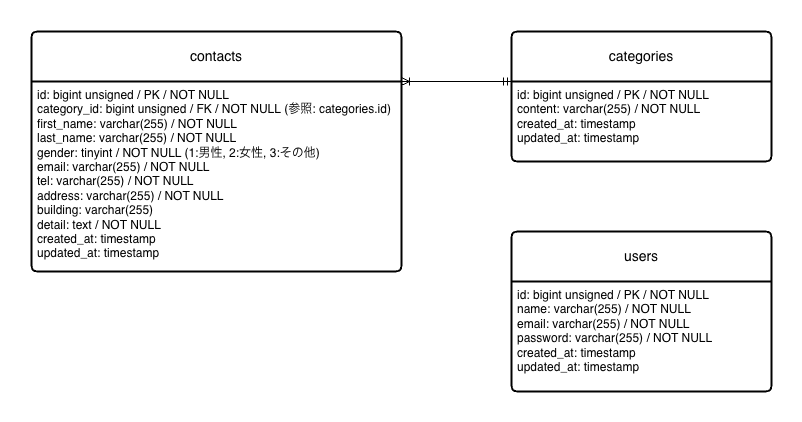
Earlier version of the draw.io export docs/確認テストER図.png (YUKKE1009/contact-form). Source tidied: cells renumbered, new cells last; positions are measured from the earlier drawing's top-left corner, leaving out a move shared by most shapes. Source of this version:
```xml
<mxGraphModel>
  <root>
    <mxCell id="0" />
    <mxCell id="1" parent="0" />
    <mxCell id="2" value="categories" style="swimlane;horizontal=1;startSize=50;rounded=1;fontSize=14;fontStyle=0;strokeWidth=2;shadow=0;dashed=0;align=center;arcSize=4;whiteSpace=wrap;html=1;" parent="1" vertex="1">
      <mxGeometry x="480" width="260" height="130" as="geometry" />
    </mxCell>
    <mxCell id="3" value="&lt;div&gt;id: bigint unsigned / PK / NOT NULL&lt;/div&gt;&lt;div&gt;content: varchar(255) / NOT NULL&lt;/div&gt;&lt;div&gt;created_at: timestamp&lt;/div&gt;&lt;div&gt;updated_at: timestamp&lt;/div&gt;" style="align=left;strokeColor=none;fillColor=none;spacingLeft=4;spacingRight=4;fontSize=12;verticalAlign=top;html=1;whiteSpace=wrap;" parent="2" vertex="1">
      <mxGeometry y="50" width="260" height="80" as="geometry" />
    </mxCell>
    <mxCell id="4" value="&lt;div&gt;users&lt;/div&gt;" style="swimlane;horizontal=1;startSize=50;rounded=1;fontSize=14;fontStyle=0;strokeWidth=2;shadow=0;dashed=0;align=center;arcSize=4;whiteSpace=wrap;html=1;" parent="1" vertex="1">
      <mxGeometry x="480" y="200" width="260" height="160" as="geometry" />
    </mxCell>
    <mxCell id="5" value="&lt;div&gt;&lt;div&gt;id: bigint unsigned / PK / NOT NULL&lt;/div&gt;&lt;div&gt;name: varchar(255) / NOT NULL&lt;/div&gt;&lt;div&gt;email: varchar(255) / NOT NULL&lt;/div&gt;&lt;div&gt;password: varchar(255) / NOT NULL&lt;/div&gt;&lt;div&gt;created_at: timestamp&lt;/div&gt;&lt;div&gt;updated_at: timestamp&lt;/div&gt;&lt;/div&gt;" style="align=left;strokeColor=none;fillColor=none;spacingLeft=4;spacingRight=4;fontSize=12;verticalAlign=top;html=1;whiteSpace=wrap;" parent="4" vertex="1">
      <mxGeometry y="50" width="260" height="110" as="geometry" />
    </mxCell>
    <mxCell id="6" value="contacts" style="swimlane;horizontal=1;startSize=50;rounded=1;fontSize=14;fontStyle=0;strokeWidth=2;shadow=0;dashed=0;align=center;arcSize=4;whiteSpace=wrap;html=1;" parent="1" vertex="1">
      <mxGeometry width="370" height="240" as="geometry" />
    </mxCell>
    <mxCell id="7" value="&lt;div&gt;id: bigint unsigned / PK / NOT NULL&lt;/div&gt;&lt;div&gt;category_id: bigint unsigned / FK / NOT NULL&amp;nbsp;&lt;span style=&quot;background-color: transparent; color: light-dark(rgb(0, 0, 0), rgb(255, 255, 255));&quot;&gt;(参照: categories.id)&lt;/span&gt;&lt;/div&gt;&lt;div&gt;first_name: varchar(255) / NOT NULL&lt;/div&gt;&lt;div&gt;last_name: varchar(255) / NOT NULL&lt;/div&gt;&lt;div&gt;gender: tinyint / NOT NULL (1:男性, 2:女性, 3:その他)&lt;/div&gt;&lt;div&gt;email: varchar(255) / NOT NULL&lt;/div&gt;&lt;div&gt;tel: varchar(255) / NOT NULL&lt;/div&gt;&lt;div&gt;address: varchar(255) / NOT NULL&lt;/div&gt;&lt;div&gt;building: varchar(255)&lt;/div&gt;&lt;div&gt;detail: text / NOT NULL&lt;/div&gt;&lt;div&gt;created_at: timestamp&lt;/div&gt;&lt;div&gt;updated_at: timestamp&lt;/div&gt;" style="align=left;strokeColor=none;fillColor=none;spacingLeft=4;spacingRight=4;fontSize=12;verticalAlign=top;html=1;whiteSpace=wrap;" parent="6" vertex="1">
      <mxGeometry y="50" width="370" height="190" as="geometry" />
    </mxCell>
    <mxCell id="8" style="edgeStyle=entityRelationEdgeStyle;fontSize=12;html=1;endArrow=ERoneToMany;startArrow=ERmandOne;rounded=0;exitX=0;exitY=0;exitDx=0;exitDy=0;entryX=1;entryY=0;entryDx=0;entryDy=0;" parent="1" edge="1" source="3" target="7">
      <mxGeometry relative="1" as="geometry" />
    </mxCell>
  </root>
</mxGraphModel>
```
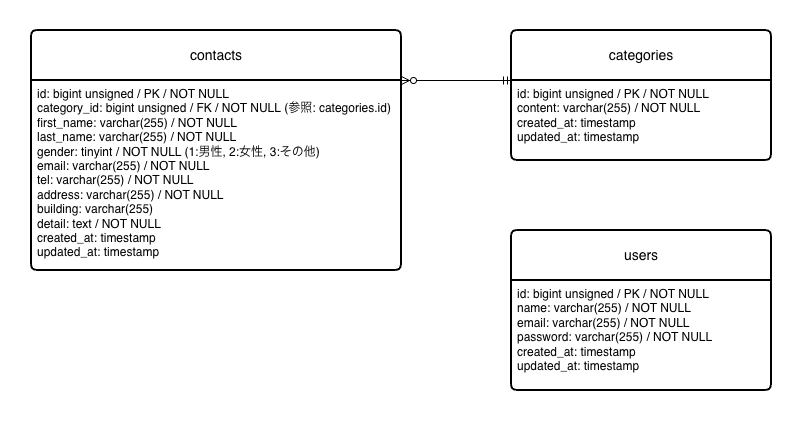
The same diagram one commit later.

Diff of the diagram source:
```diff
@@ -20,7 +20,7 @@
     <mxCell id="7" value="&lt;div&gt;id: bigint unsigned / PK / NOT NULL&lt;/div&gt;&lt;div&gt;category_id: bigint unsigned / FK / NOT NULL&amp;nbsp;&lt;span style=&quot;background-color: transparent; color: light-dark(rgb(0, 0, 0), rgb(255, 255, 255));&quot;&gt;(参照: categories.id)&lt;/span&gt;&lt;/div&gt;&lt;div&gt;first_name: varchar(255) / NOT NULL&lt;/div&gt;&lt;div&gt;last_name: varchar(255) / NOT NULL&lt;/div&gt;&lt;div&gt;gender: tinyint / NOT NULL (1:男性, 2:女性, 3:その他)&lt;/div&gt;&lt;div&gt;email: varchar(255) / NOT NULL&lt;/div&gt;&lt;div&gt;tel: varchar(255) / NOT NULL&lt;/div&gt;&lt;div&gt;address: varchar(255) / NOT NULL&lt;/div&gt;&lt;div&gt;building: varchar(255)&lt;/div&gt;&lt;div&gt;detail: text / NOT NULL&lt;/div&gt;&lt;div&gt;created_at: timestamp&lt;/div&gt;&lt;div&gt;updated_at: timestamp&lt;/div&gt;" style="align=left;strokeColor=none;fillColor=none;spacingLeft=4;spacingRight=4;fontSize=12;verticalAlign=top;html=1;whiteSpace=wrap;" parent="6" vertex="1">
       <mxGeometry y="50" width="370" height="190" as="geometry" />
     </mxCell>
-    <mxCell id="8" style="edgeStyle=entityRelationEdgeStyle;fontSize=12;html=1;endArrow=ERoneToMany;startArrow=ERmandOne;rounded=0;exitX=0;exitY=0;exitDx=0;exitDy=0;entryX=1;entryY=0;entryDx=0;entryDy=0;" parent="1" edge="1" source="3" target="7">
+    <mxCell id="8" style="edgeStyle=entityRelationEdgeStyle;fontSize=12;html=1;endArrow=ERzeroToMany;startArrow=ERmandOne;rounded=0;entryX=1;entryY=0;entryDx=0;entryDy=0;exitX=0;exitY=0;exitDx=0;exitDy=0;" parent="1" edge="1" source="3" target="7">
       <mxGeometry relative="1" as="geometry" />
     </mxCell>
   </root>
```
